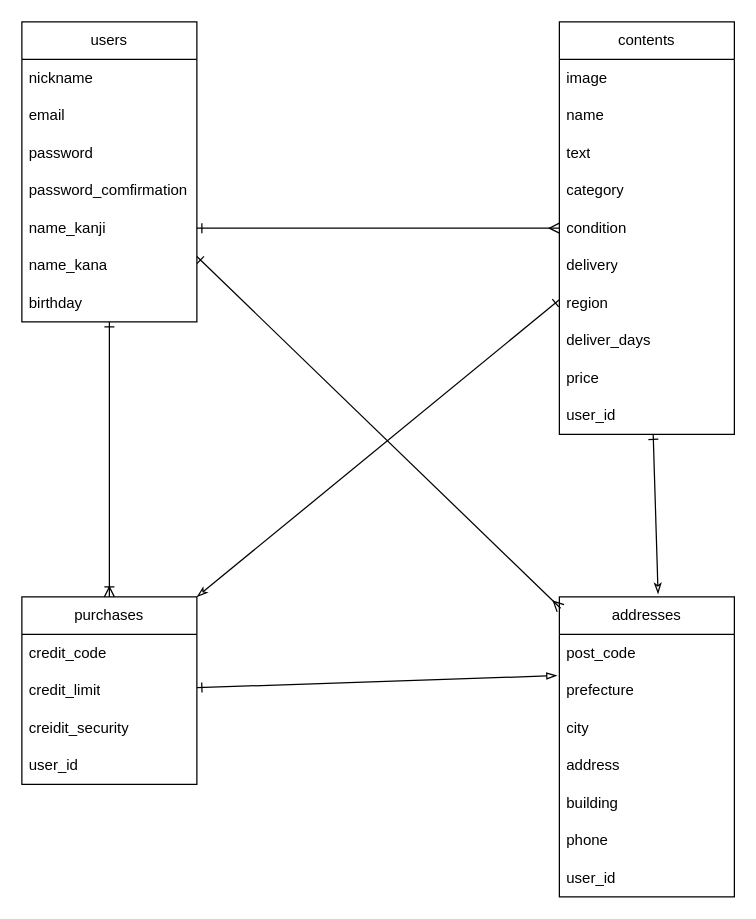
Above: furima.dio in RyumaKatoh/furima-39713 (draw.io), before the change. Source tidied: cells renumbered, new cells numbered last; positions are measured from the earlier drawing's top-left corner, leaving out a move shared by most shapes. Both pictures are drawn from the tidied source at 125%, with x=0, y=0 at pixel (21, 21).
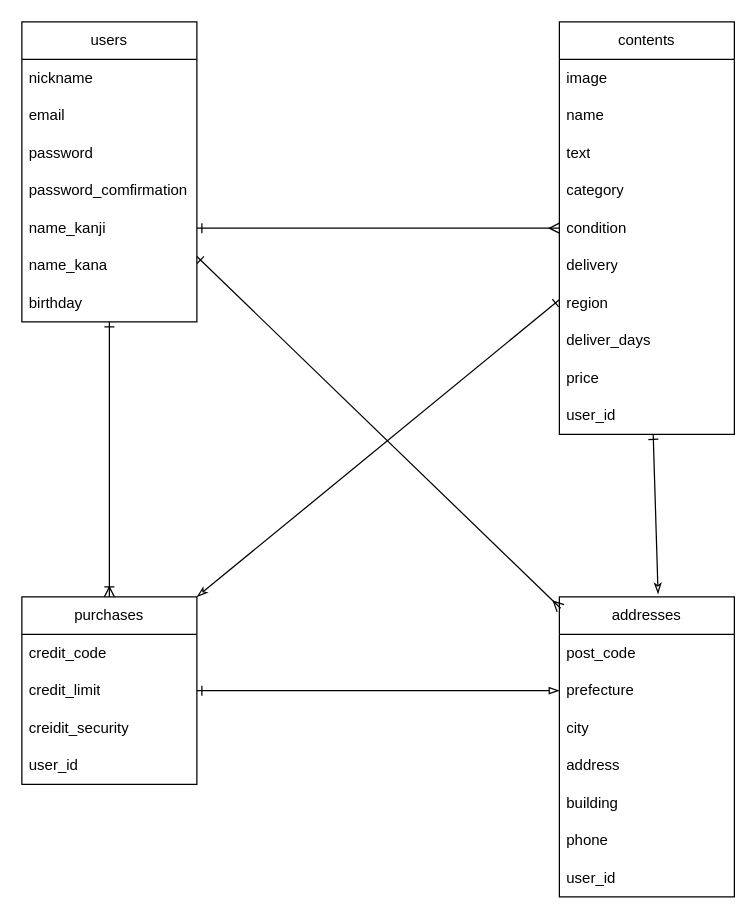
Above is the later version.

Commit message (it also covers changes not shown here):
データベース設計②

Unchanged cells that the change refers to:
```xml
<mxCell id="3" value="purchases" style="swimlane;fontStyle=0;horizontal=1;startSize=30;whiteSpace=wrap;html=1;" parent="1" vertex="1">
  <mxGeometry y="460" width="140" height="150" as="geometry" />
</mxCell>
<mxCell id="10" value="prefecture" style="text;strokeColor=none;fillColor=none;align=left;verticalAlign=middle;spacingLeft=4;spacingRight=4;overflow=hidden;points=[[0,0.5],[1,0.5]];portConstraint=eastwest;whiteSpace=wrap;html=1;" parent="8" vertex="1">
  <mxGeometry y="60" width="140" height="30" as="geometry" />
</mxCell>
```

What changed in the source:
```diff
@@
-    <mxCell id="2" style="edgeStyle=none;html=1;entryX=-0.014;entryY=0.1;entryDx=0;entryDy=0;entryPerimeter=0;startArrow=ERone;startFill=0;endArrow=blockThin;endFill=0;" parent="1" edge="1" source="3" target="10">
+    <mxCell id="2" style="edgeStyle=none;html=1;entryX=0;entryY=0.5;entryDx=0;entryDy=0;startArrow=ERone;startFill=0;endArrow=blockThin;endFill=0;" parent="1" edge="1" source="3" target="10">
       <mxGeometry relative="1" as="geometry" />
     </mxCell>
```
